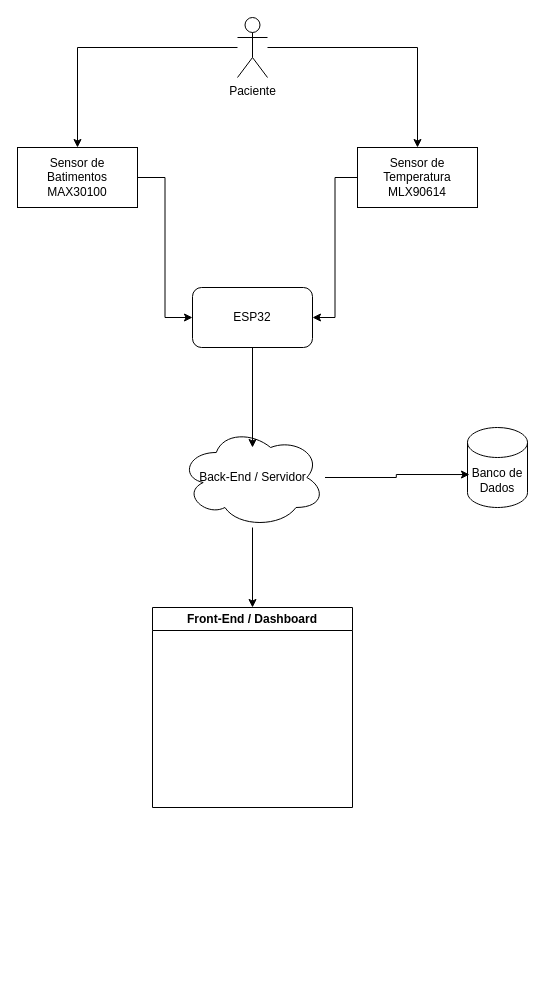
The draw.io diagram VitalCare.drawio in NeriJyu/pulseira-vitalcare-iot, before the edit. Source tidied: cells renumbered, new cells numbered last; positions are measured from the earlier drawing's top-left corner, leaving out a move shared by most shapes. Both pictures are drawn from the tidied source at 100%, with x=0, y=0 at pixel (17, 17).
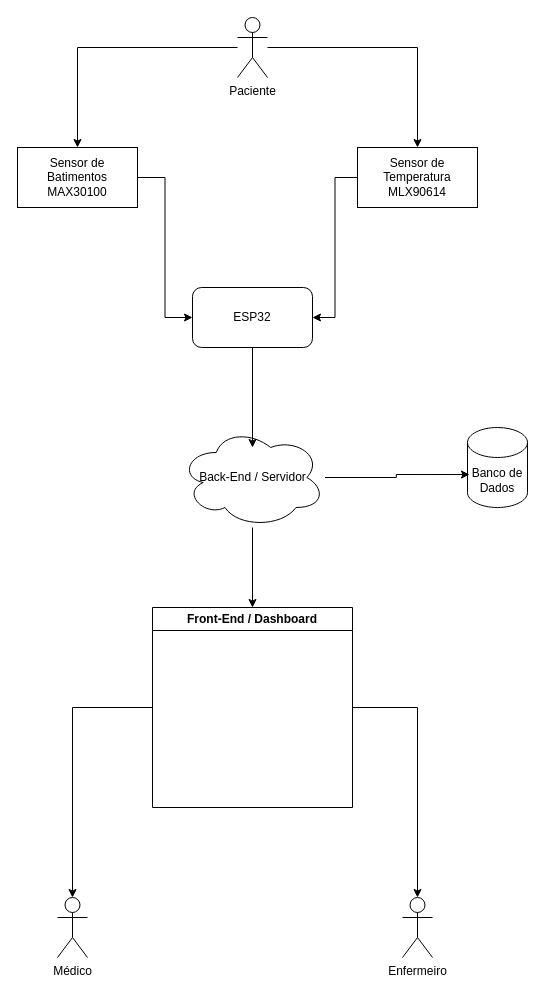
The same page after the edit.

Change to the diagram source:
```diff
@@
 <mxGraphModel>
   <root>
     <mxCell id="0" />
     <mxCell id="1" parent="0" />
     <mxCell id="2" style="edgeStyle=orthogonalEdgeStyle;rounded=0;jettySize=auto;html=1;entryX=0.5;entryY=0;entryDx=0;entryDy=0;" parent="1" edge="1" source="4" target="6">
       <mxGeometry relative="1" as="geometry" />
     </mxCell>
     <mxCell id="3" style="edgeStyle=orthogonalEdgeStyle;rounded=0;jettySize=auto;html=1;entryX=0.5;entryY=0;entryDx=0;entryDy=0;" parent="1" edge="1" source="4" target="8">
       <mxGeometry relative="1" as="geometry" />
     </mxCell>
     <mxCell id="4" value="Paciente" style="shape=umlActor;verticalLabelPosition=bottom;verticalAlign=top;html=1;outlineConnect=0;" parent="1" vertex="1">
       <mxGeometry x="220" width="30" height="60" as="geometry" />
     </mxCell>
     <mxCell id="5" style="edgeStyle=orthogonalEdgeStyle;rounded=0;jettySize=auto;html=1;entryX=0;entryY=0.5;entryDx=0;entryDy=0;" parent="1" edge="1" source="6" target="9">
       <mxGeometry relative="1" as="geometry" />
     </mxCell>
     <mxCell id="6" value="Sensor de Batimentos&lt;div&gt;MAX30100&lt;/div&gt;" style="rounded=0;whiteSpace=wrap;html=1;" parent="1" vertex="1">
       <mxGeometry y="130" width="120" height="60" as="geometry" />
     </mxCell>
     <mxCell id="7" style="edgeStyle=orthogonalEdgeStyle;rounded=0;jettySize=auto;html=1;entryX=1;entryY=0.5;entryDx=0;entryDy=0;" parent="1" edge="1" source="8" target="9">
       <mxGeometry relative="1" as="geometry" />
     </mxCell>
     <mxCell id="8" value="Sensor de Temperatura&lt;div&gt;MLX90614&lt;/div&gt;" style="rounded=0;whiteSpace=wrap;html=1;" parent="1" vertex="1">
       <mxGeometry x="340" y="130" width="120" height="60" as="geometry" />
     </mxCell>
     <mxCell id="9" value="ESP32" style="rounded=1;whiteSpace=wrap;html=1;" parent="1" vertex="1">
       <mxGeometry x="175" y="270" width="120" height="60" as="geometry" />
     </mxCell>
     <mxCell id="10" style="edgeStyle=orthogonalEdgeStyle;rounded=0;jettySize=auto;html=1;entryX=0.5;entryY=0;entryDx=0;entryDy=0;" parent="1" edge="1" source="11" target="13">
       <mxGeometry relative="1" as="geometry" />
     </mxCell>
     <mxCell id="11" value="Back-End / Servidor" style="ellipse;shape=cloud;whiteSpace=wrap;html=1;" parent="1" vertex="1">
       <mxGeometry x="162.5" y="410" width="145" height="100" as="geometry" />
     </mxCell>
     <mxCell id="12" value="Banco de Dados" style="shape=cylinder3;whiteSpace=wrap;html=1;boundedLbl=1;backgroundOutline=1;size=15;" parent="1" vertex="1">
       <mxGeometry x="450" y="410" width="60" height="80" as="geometry" />
     </mxCell>
     <mxCell id="13" value="Front-End / Dashboard" style="swimlane;whiteSpace=wrap;html=1;" parent="1" vertex="1">
       <mxGeometry x="135" y="590" width="200" height="200" as="geometry" />
     </mxCell>
     <mxCell id="14" style="edgeStyle=orthogonalEdgeStyle;rounded=0;jettySize=auto;html=1;exitX=0.5;exitY=1;exitDx=0;exitDy=0;entryX=0.5;entryY=0.2;entryDx=0;entryDy=0;entryPerimeter=0;" parent="1" edge="1" source="9" target="11">
       <mxGeometry relative="1" as="geometry" />
     </mxCell>
     <mxCell id="15" style="edgeStyle=orthogonalEdgeStyle;rounded=0;jettySize=auto;html=1;entryX=0.033;entryY=0.588;entryDx=0;entryDy=0;entryPerimeter=0;" parent="1" edge="1" source="11" target="12">
       <mxGeometry relative="1" as="geometry" />
     </mxCell>
+    <mxCell id="16" value="Médico" style="shape=umlActor;verticalLabelPosition=bottom;verticalAlign=top;html=1;outlineConnect=0;" parent="1" vertex="1">
+      <mxGeometry x="40" y="880" width="30" height="60" as="geometry" />
+    </mxCell>
+    <mxCell id="17" value="Enfermeiro" style="shape=umlActor;verticalLabelPosition=bottom;verticalAlign=top;html=1;outlineConnect=0;" parent="1" vertex="1">
+      <mxGeometry x="385" y="880" width="30" height="60" as="geometry" />
+    </mxCell>
+    <mxCell id="18" style="edgeStyle=orthogonalEdgeStyle;rounded=0;jettySize=auto;html=1;entryX=0.5;entryY=0;entryDx=0;entryDy=0;entryPerimeter=0;" parent="1" edge="1" source="13" target="17">
+      <mxGeometry relative="1" as="geometry" />
+    </mxCell>
+    <mxCell id="19" style="edgeStyle=orthogonalEdgeStyle;rounded=0;jettySize=auto;html=1;entryX=0.5;entryY=0;entryDx=0;entryDy=0;entryPerimeter=0;" parent="1" edge="1" source="13" target="16">
+      <mxGeometry relative="1" as="geometry" />
+    </mxCell>
   </root>
 </mxGraphModel>
```
